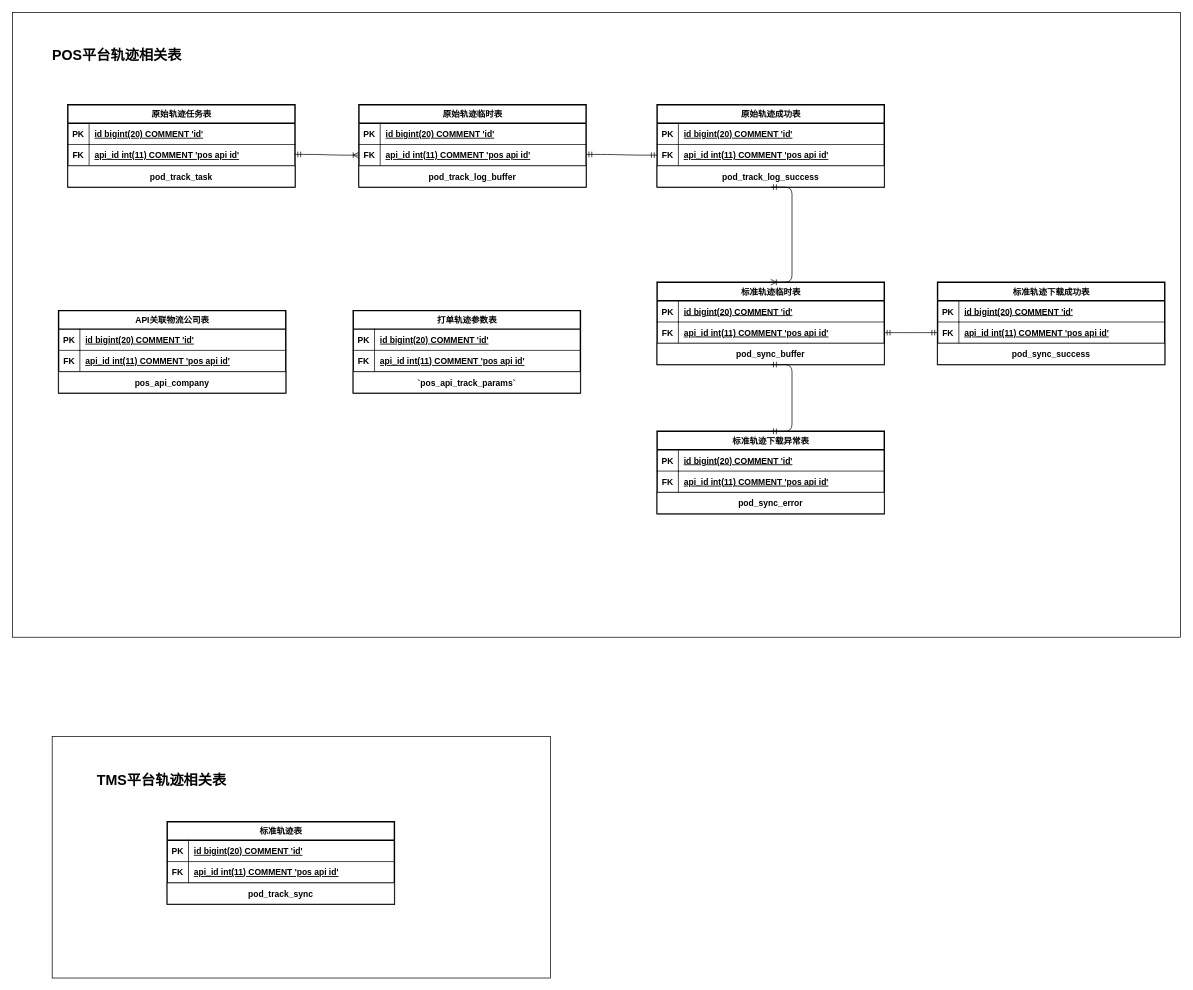
The draw.io diagram page "数据库表ER图" (1 of 5) of 平台轨迹.drawio in xianguigit/drawio, before the edit. Source tidied: cells renumbered, new cells numbered last; positions are measured from the earlier drawing's top-left corner, leaving out a move shared by most shapes. Both pictures are drawn from the tidied source at 71%, with x=0, y=0 at pixel (12, 12).
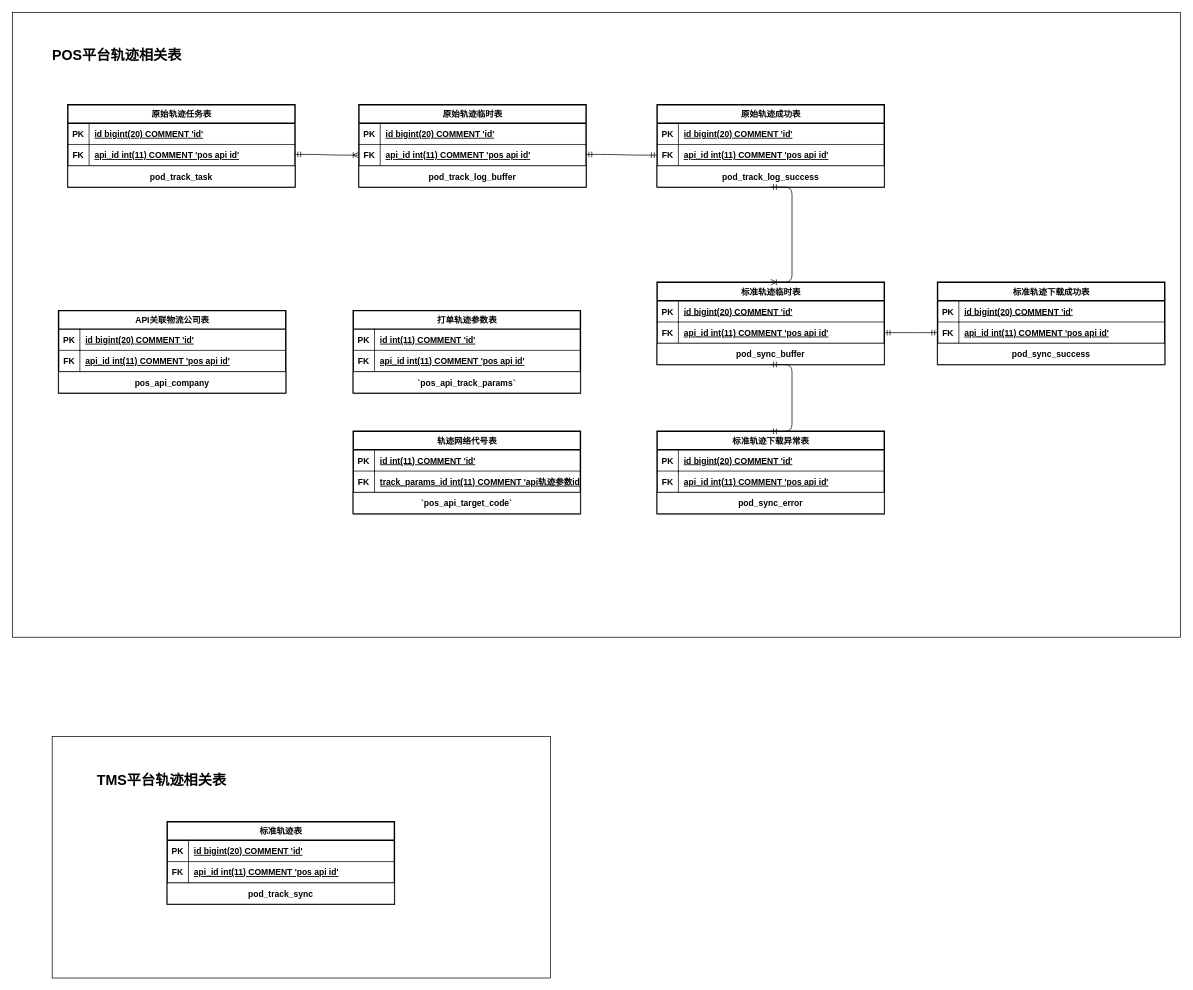
The same diagram, later.

Commit message:
更新平台轨迹.drawio

The change refers to these unchanged cells:
```xml
<mxCell id="39" style="shape=partialRectangle;fillColor=none;top=0;left=0;bottom=1;right=0;shadow=0;fontSize=20;align=center;" parent="38" vertex="1">
  <mxGeometry y="26" width="320" height="30" as="geometry" />
</mxCell>
```

What changed in the source:
```diff
@@
-    <mxCell id="41" value="id bigint(20) COMMENT 'id'" style="shape=partialRectangle;fillColor=none;top=0;left=0;bottom=0;right=0;align=left;spacingLeft=6;fontStyle=5;overflow=hidden;" parent="39" vertex="1">
+    <mxCell id="41" value="id int(11) COMMENT 'id'" style="shape=partialRectangle;fillColor=none;top=0;left=0;bottom=0;right=0;align=left;spacingLeft=6;fontStyle=5;overflow=hidden;" parent="39" vertex="1">
       <mxGeometry x="30" width="290" height="30" as="geometry" />
     </mxCell>
@@
+    <mxCell id="83" style="shape=partialRectangle;fillColor=none;top=0;left=0;right=0;bottom=0;" parent="1" vertex="1">
+      <mxGeometry x="1278" y="250" width="320" height="30" as="geometry" />
+    </mxCell>
+    <mxCell id="84" style="shape=partialRectangle;overflow=hidden;fillColor=none;top=0;left=0;bottom=0;right=0;" parent="83" vertex="1">
+      <mxGeometry width="30" height="30" as="geometry" />
+    </mxCell>
+    <mxCell id="85" style="shape=partialRectangle;overflow=hidden;fillColor=none;top=0;left=0;bottom=0;right=0;align=left;spacingLeft=6;" parent="83" vertex="1">
+      <mxGeometry x="30" width="290" height="30" as="geometry" />
+    </mxCell>
+    <mxCell id="86" value="&lt;div style=&quot;text-align: left&quot;&gt;&lt;span style=&quot;font-size: 12px&quot;&gt;&lt;font face=&quot;helvetica&quot;&gt;轨迹网络代号表&lt;/font&gt;&lt;/span&gt;&lt;/div&gt;" style="swimlane;fontStyle=1;horizontal=1;startSize=26;align=center;fontSize=14;shadow=0;fontFamily=Lucida Console;rounded=0;glass=0;labelBackgroundColor=none;comic=0;sketch=0;strokeWidth=2;fillColor=#ffffff;gradientColor=#FFFFFF;html=1;" parent="1" vertex="1">
+      <mxGeometry x="480" y="590" width="320" height="116" as="geometry" />
+    </mxCell>
+    <mxCell id="87" style="shape=partialRectangle;fillColor=none;top=0;left=0;bottom=1;right=0;shadow=0;fontSize=20;align=center;" parent="86" vertex="1">
+      <mxGeometry y="26" width="320" height="30" as="geometry" />
+    </mxCell>
+    <mxCell id="88" value="PK" style="shape=partialRectangle;fillColor=none;top=0;left=0;bottom=0;right=1;fontStyle=1;overflow=hidden;" parent="87" vertex="1">
+      <mxGeometry width="30" height="30" as="geometry" />
+    </mxCell>
+    <mxCell id="89" value="id int(11) COMMENT 'id'" style="shape=partialRectangle;fillColor=none;top=0;left=0;bottom=0;right=0;align=left;spacingLeft=6;fontStyle=5;overflow=hidden;" parent="87" vertex="1">
+      <mxGeometry x="30" width="290" height="30" as="geometry" />
+    </mxCell>
+    <mxCell id="90" style="shape=partialRectangle;fillColor=none;top=0;left=0;bottom=1;right=0;shadow=0;fontSize=20;align=center;" parent="86" vertex="1">
+      <mxGeometry y="56" width="320" height="30" as="geometry" />
+    </mxCell>
+    <mxCell id="91" value="FK" style="shape=partialRectangle;fillColor=none;top=0;left=0;bottom=0;right=1;fontStyle=1;overflow=hidden;" parent="90" vertex="1">
+      <mxGeometry width="30" height="30" as="geometry" />
+    </mxCell>
+    <mxCell id="92" value="track_params_id int(11) COMMENT 'api轨迹参数id'" style="shape=partialRectangle;fillColor=none;top=0;left=0;bottom=0;right=0;align=left;spacingLeft=6;fontStyle=5;overflow=hidden;" parent="90" vertex="1">
+      <mxGeometry x="30" width="290" height="30" as="geometry" />
+    </mxCell>
+    <mxCell id="93" value="`pos_api_target_code`" style="shape=table;startSize=30;childLayout=tableLayout;rowLines=0;fontStyle=1;align=center;" parent="86" vertex="1" collapsed="1">
+      <mxGeometry y="86" width="320" height="30" as="geometry" />
+    </mxCell>
```
